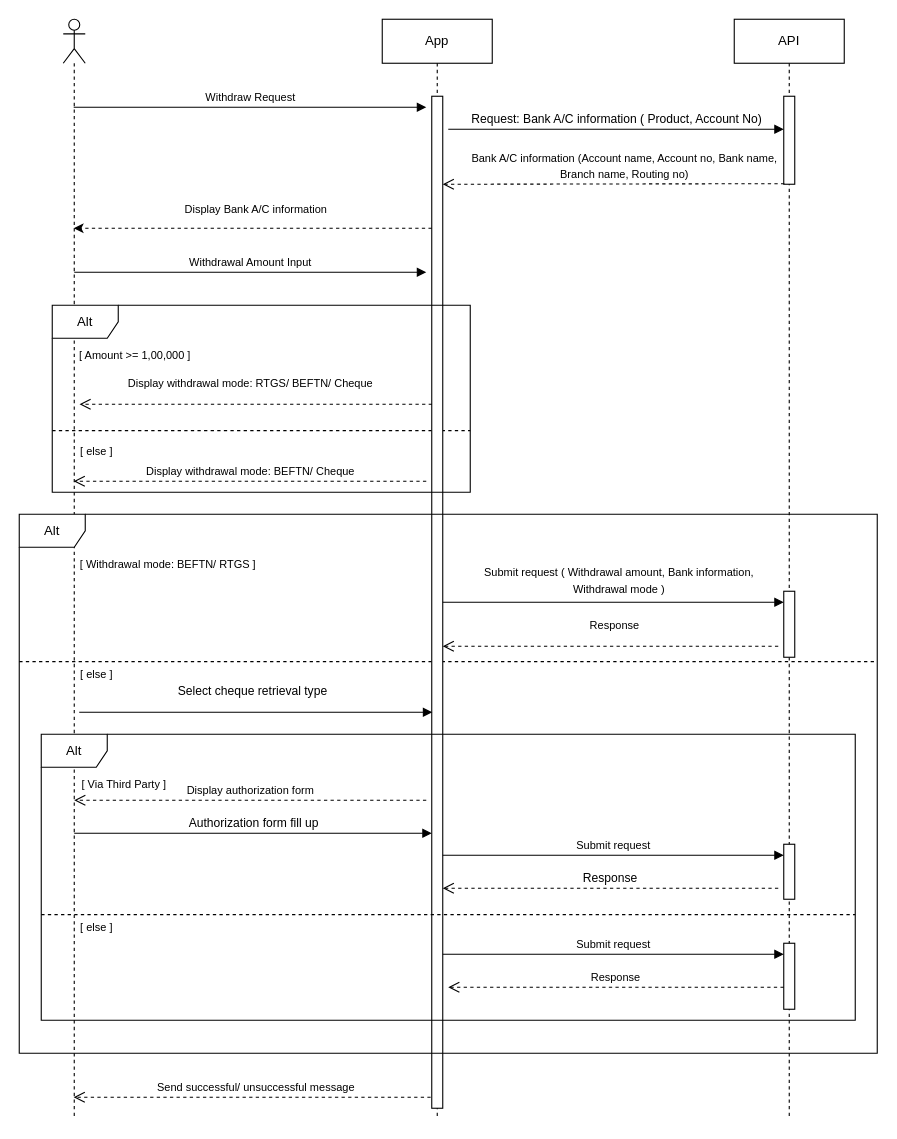
Earlier version of the draw.io diagram src/assets/withdraw_sequence.drawio (Eritra064/test_repo). Source tidied: cells renumbered, new cells numbered last; positions are measured from the earlier drawing's top-left corner, leaving out a move shared by most shapes. Both pictures are drawn from the tidied source at 110%, with x=0, y=0 at pixel (19, 19).
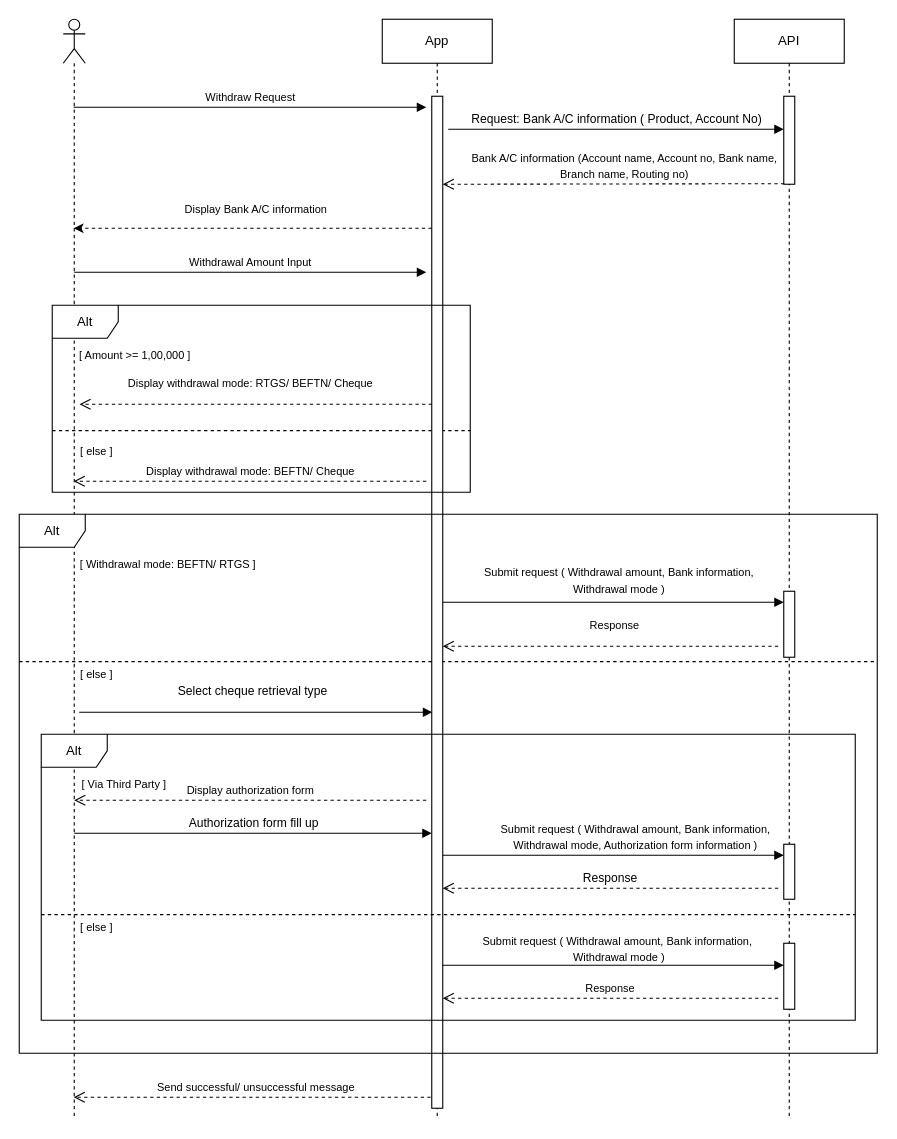
Above is the later version.

The change refers to these unchanged cells:
```xml
<mxCell id="7" style="html=1;points=[[0,0,0,0,5],[0,1,0,0,-5],[1,0,0,0,5],[1,1,0,0,-5]];perimeter=orthogonalPerimeter;outlineConnect=0;targetShapes=umlLifeline;portConstraint=eastwest;newEdgeStyle={&quot;curved&quot;:0,&quot;rounded&quot;:0};" parent="6" vertex="1">
  <mxGeometry x="45" y="70" width="10" height="920" as="geometry" />
</mxCell>
<mxCell id="38" style="html=1;points=[[0,0,0,0,5],[0,1,0,0,-5],[1,0,0,0,5],[1,1,0,0,-5]];perimeter=orthogonalPerimeter;outlineConnect=0;targetShapes=umlLifeline;portConstraint=eastwest;newEdgeStyle={&quot;curved&quot;:0,&quot;rounded&quot;:0};" parent="1" vertex="1">
  <mxGeometry x="695" y="840" width="10" height="60" as="geometry" />
</mxCell>
```

Change to the diagram source:
```diff
@@
-    <mxCell id="34" value="&lt;font style=&quot;font-size: 10px;&quot;&gt;Submit request&lt;/font&gt;" style="html=1;verticalAlign=bottom;endArrow=block;curved=0;rounded=0;" parent="1" edge="1">
+    <mxCell id="34" style="html=1;verticalAlign=bottom;endArrow=block;curved=0;rounded=0;" parent="1" edge="1">
       <mxGeometry relative="1" as="geometry">
         <mxPoint x="385" y="760" as="sourcePoint" />
         <mxPoint x="695" y="760" as="targetPoint" />
       </mxGeometry>
     </mxCell>
@@
-    <mxCell id="39" value="&lt;font style=&quot;font-size: 10px;&quot;&gt;Submit request&lt;/font&gt;" style="html=1;verticalAlign=bottom;endArrow=block;curved=0;rounded=0;" parent="1" edge="1" source="7">
+    <mxCell id="39" style="html=1;verticalAlign=bottom;endArrow=block;curved=0;rounded=0;" parent="1" edge="1">
       <mxGeometry relative="1" as="geometry">
-        <mxPoint x="695" y="850" as="targetPoint" />
+        <mxPoint x="385" y="860" as="sourcePoint" />
+        <mxPoint x="695" y="860" as="targetPoint" />
       </mxGeometry>
     </mxCell>
-    <mxCell id="40" value="&lt;font style=&quot;font-size: 10px;&quot;&gt;Response&lt;/font&gt;" style="html=1;verticalAlign=bottom;endArrow=open;dashed=1;endSize=8;curved=0;rounded=0;entryX=1;entryY=1;entryDx=0;entryDy=-5;entryPerimeter=0;" parent="1" edge="1" source="38">
+    <mxCell id="40" value="&lt;font style=&quot;font-size: 10px;&quot;&gt;Response&lt;/font&gt;" style="html=1;verticalAlign=bottom;endArrow=open;dashed=1;endSize=8;curved=0;rounded=0;entryX=1;entryY=1;entryDx=0;entryDy=-5;entryPerimeter=0;" parent="1" edge="1">
       <mxGeometry relative="1" as="geometry">
-        <mxPoint x="390" y="880" as="targetPoint" />
+        <mxPoint x="690" y="890" as="sourcePoint" />
+        <mxPoint x="385" y="890" as="targetPoint" />
       </mxGeometry>
     </mxCell>
@@
+    <mxCell id="42" value="&lt;font style=&quot;font-size: 10px;&quot;&gt;Submit request ( Withdrawal amount, Bank information,&lt;/font&gt;&lt;div&gt;&lt;font style=&quot;font-size: 10px;&quot;&gt;Withdrawal mode, Authorization form information )&lt;/font&gt;&lt;/div&gt;" style="text;html=1;align=center;verticalAlign=middle;strokeColor=none;fillColor=none;" parent="1" vertex="1">
+      <mxGeometry x="425" y="723" width="270" height="40" as="geometry" />
+    </mxCell>
+    <mxCell id="43" value="&lt;font style=&quot;font-size: 10px;&quot;&gt;Submit request ( Withdrawal amount, Bank information,&amp;nbsp;&lt;/font&gt;&lt;div&gt;&lt;font style=&quot;font-size: 10px;&quot;&gt;Withdrawal mode )&lt;/font&gt;&lt;/div&gt;" style="text;html=1;align=center;verticalAlign=middle;strokeColor=none;fillColor=none;" parent="1" vertex="1">
+      <mxGeometry x="410" y="825" width="270" height="40" as="geometry" />
+    </mxCell>
```
